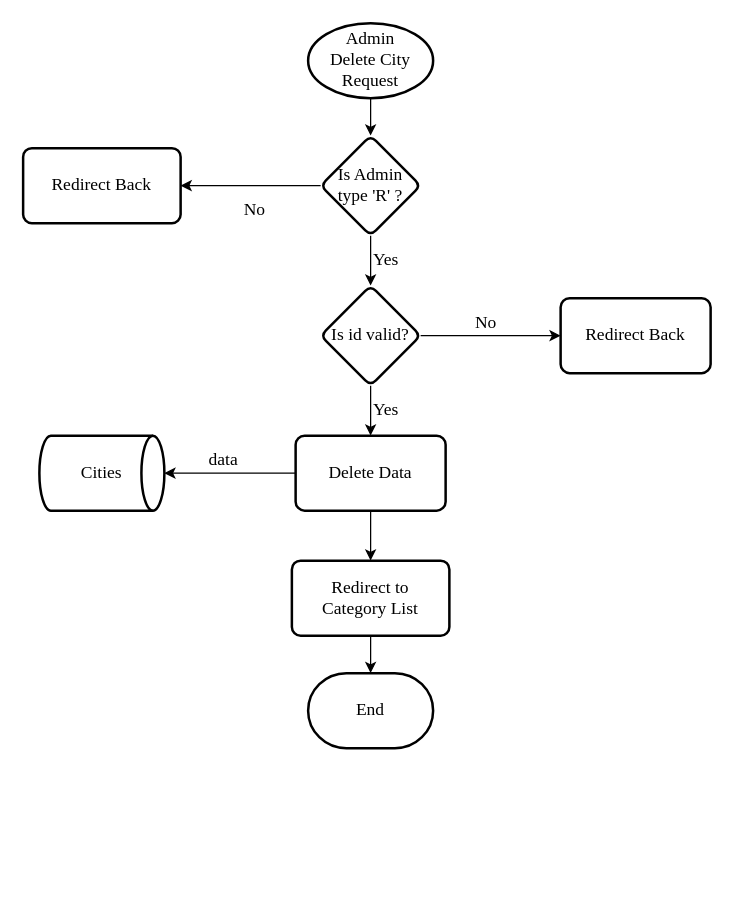
This is Documentation/diags/flow Charts/admin_delCity.drawio from Suzuki0916/Real_Estate_Site, a draw.io file, before an edit. Source tidied: cells renumbered, new cells numbered last; positions are measured from the earlier drawing's top-left corner, leaving out a move shared by most shapes. Both pictures are drawn from the tidied source at 125%, with x=0, y=0 at pixel (22, 22).
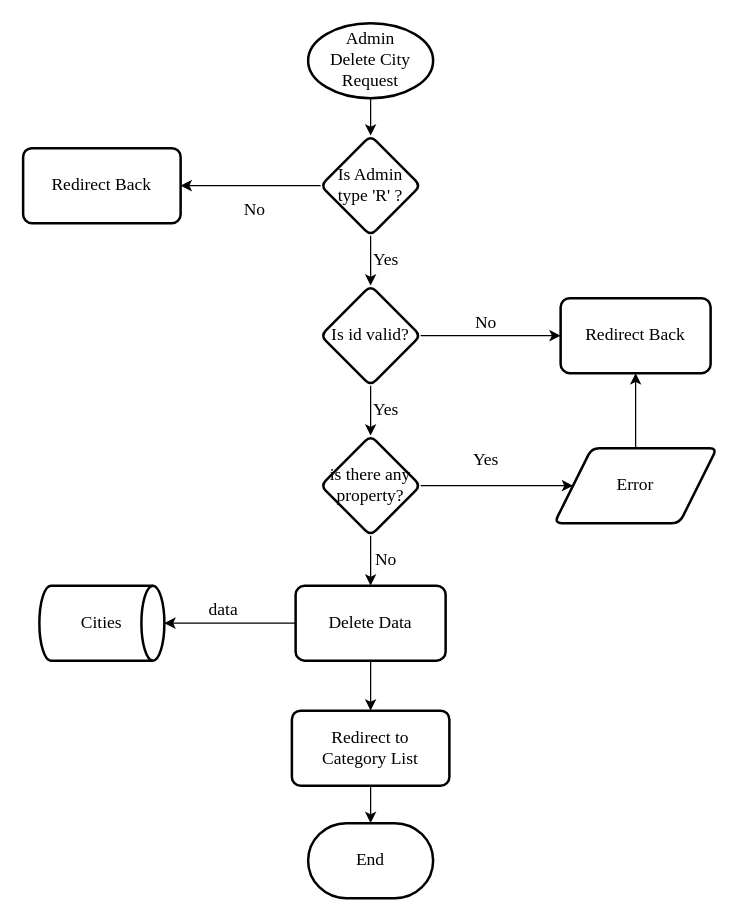
The same page after the edit.

Commit message (it also covers changes not shown here):
prog repo added in doc few flowcharts updated

The change refers to these unchanged cells:
```xml
<mxCell id="10" value="Is id valid?" style="rhombus;whiteSpace=wrap;html=1;fontSize=14;fontFamily=Times New Roman;strokeWidth=2;rounded=1;arcSize=12;" parent="1" vertex="1">
  <mxGeometry x="238" y="210" width="80" height="80" as="geometry" />
</mxCell>
<mxCell id="11" value="Redirect Back" style="whiteSpace=wrap;html=1;fontSize=14;fontFamily=Times New Roman;strokeWidth=2;rounded=1;arcSize=12;" parent="1" vertex="1">
  <mxGeometry x="430" y="220" width="120" height="60" as="geometry" />
</mxCell>
```

Diff of the diagram source:
```diff
@@
-    <mxCell id="9" value="Yes" style="edgeStyle=orthogonalEdgeStyle;rounded=0;jettySize=auto;html=1;fontFamily=Times New Roman;fontSize=14;" parent="1" edge="1" source="10" target="14">
+    <mxCell id="9" value="Yes" style="edgeStyle=orthogonalEdgeStyle;rounded=0;jettySize=auto;html=1;fontFamily=Times New Roman;fontSize=14;" parent="1" edge="1" source="10" target="21">
       <mxGeometry y="12" relative="1" as="geometry" />
     </mxCell>
@@
     <mxCell id="14" value="Delete Data" style="whiteSpace=wrap;html=1;fontSize=14;fontFamily=Times New Roman;strokeWidth=2;rounded=1;arcSize=12;" parent="1" vertex="1">
-      <mxGeometry x="218" y="330" width="120" height="60" as="geometry" />
+      <mxGeometry x="218" y="450" width="120" height="60" as="geometry" />
     </mxCell>
     <mxCell id="15" value="Cities" style="strokeWidth=2;html=1;shape=mxgraph.flowchart.direct_data;whiteSpace=wrap;fontFamily=Times New Roman;fontSize=14;" parent="1" vertex="1">
-      <mxGeometry x="13" y="330" width="100" height="60" as="geometry" />
+      <mxGeometry x="13" y="450" width="100" height="60" as="geometry" />
     </mxCell>
@@
     <mxCell id="17" value="Redirect to &lt;br&gt;Category List" style="rounded=1;whiteSpace=wrap;html=1;absoluteArcSize=1;arcSize=14;strokeWidth=2;fontFamily=Times New Roman;fontSize=14;" parent="1" vertex="1">
-      <mxGeometry x="215" y="430" width="126" height="60" as="geometry" />
+      <mxGeometry x="215" y="550" width="126" height="60" as="geometry" />
     </mxCell>
     <mxCell id="18" value="End" style="strokeWidth=2;html=1;shape=mxgraph.flowchart.terminator;whiteSpace=wrap;fontFamily=Times New Roman;fontSize=14;" parent="1" vertex="1">
-      <mxGeometry x="228" y="520" width="100" height="60" as="geometry" />
+      <mxGeometry x="228" y="640" width="100" height="60" as="geometry" />
     </mxCell>
+    <mxCell id="19" value="No" style="edgeStyle=orthogonalEdgeStyle;rounded=0;jettySize=auto;html=1;fontFamily=Times New Roman;fontSize=14;" parent="1" edge="1" source="21" target="14">
+      <mxGeometry y="12" relative="1" as="geometry" />
+    </mxCell>
+    <mxCell id="20" value="Yes" style="edgeStyle=orthogonalEdgeStyle;rounded=0;jettySize=auto;html=1;fontFamily=Times New Roman;fontSize=14;" parent="1" edge="1" source="21" target="23">
+      <mxGeometry x="-0.15" y="20" relative="1" as="geometry" />
+    </mxCell>
+    <mxCell id="21" value="is there any property?" style="rhombus;whiteSpace=wrap;html=1;fontSize=14;fontFamily=Times New Roman;strokeWidth=2;rounded=1;arcSize=12;" parent="1" vertex="1">
+      <mxGeometry x="238" y="330" width="80" height="80" as="geometry" />
+    </mxCell>
+    <mxCell id="22" style="edgeStyle=orthogonalEdgeStyle;rounded=0;jettySize=auto;html=1;fontFamily=Times New Roman;fontSize=14;" parent="1" edge="1" source="23" target="11">
+      <mxGeometry relative="1" as="geometry" />
+    </mxCell>
+    <mxCell id="23" value="Error" style="shape=parallelogram;html=1;strokeWidth=2;perimeter=parallelogramPerimeter;whiteSpace=wrap;rounded=1;arcSize=12;size=0.23;fontFamily=Times New Roman;fontSize=14;" parent="1" vertex="1">
+      <mxGeometry x="425" y="340" width="130" height="60" as="geometry" />
+    </mxCell>
```
